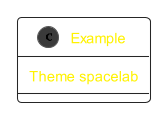
Valro666/nozama keeps this PlantUML diagram as uml-back.png. Above is the earlier version.
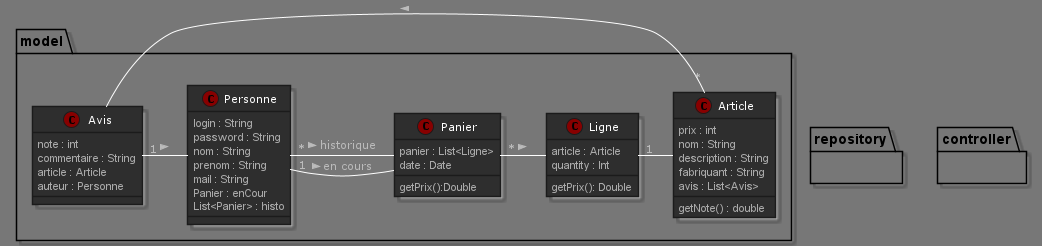
Above is the later version.

Commit message:
debut du diagramme et repatition taches

Change to the diagram source:
```diff
@@ -1,6 +1,62 @@
 @startuml
-!theme black-knight
-class Example {
-  Theme spacelab
+!theme reddress-darkred
+
+package model{
+class Article {
+  {field}   prix : int
+            nom : String
+            description : String
+            fabriquant : String
+            avis : List<Avis>
+    {method} getNote() : double
 }
+
+class Avis{
+{field} note : int
+        commentaire : String
+        article : Article
+        auteur : Personne
+}
+class Personne {
+  {field}   login : String
+            password : String
+            nom : String
+            prenom : String
+            mail : String
+            Panier : enCour
+            List<Panier> : histo
+}
+
+class Ligne{
+{field} article : Article
+        quantity : Int
+{method} getPrix(): Double
+
+}
+class Panier {
+  {field}   panier : List<Ligne>
+            date : Date
+    {method} getPrix():Double
+}
+}
+
+package repository{
+
+}
+
+package controller {
+
+}
+Personne "*"- Panier : historique >
+Personne "1"- Panier : en cours >
+
+
+Panier "*"- Ligne :>
+
+Ligne "1"- Article
+
+Article "*"- Avis :>
+
+Avis "1"- Personne :>
+
 @enduml
```
